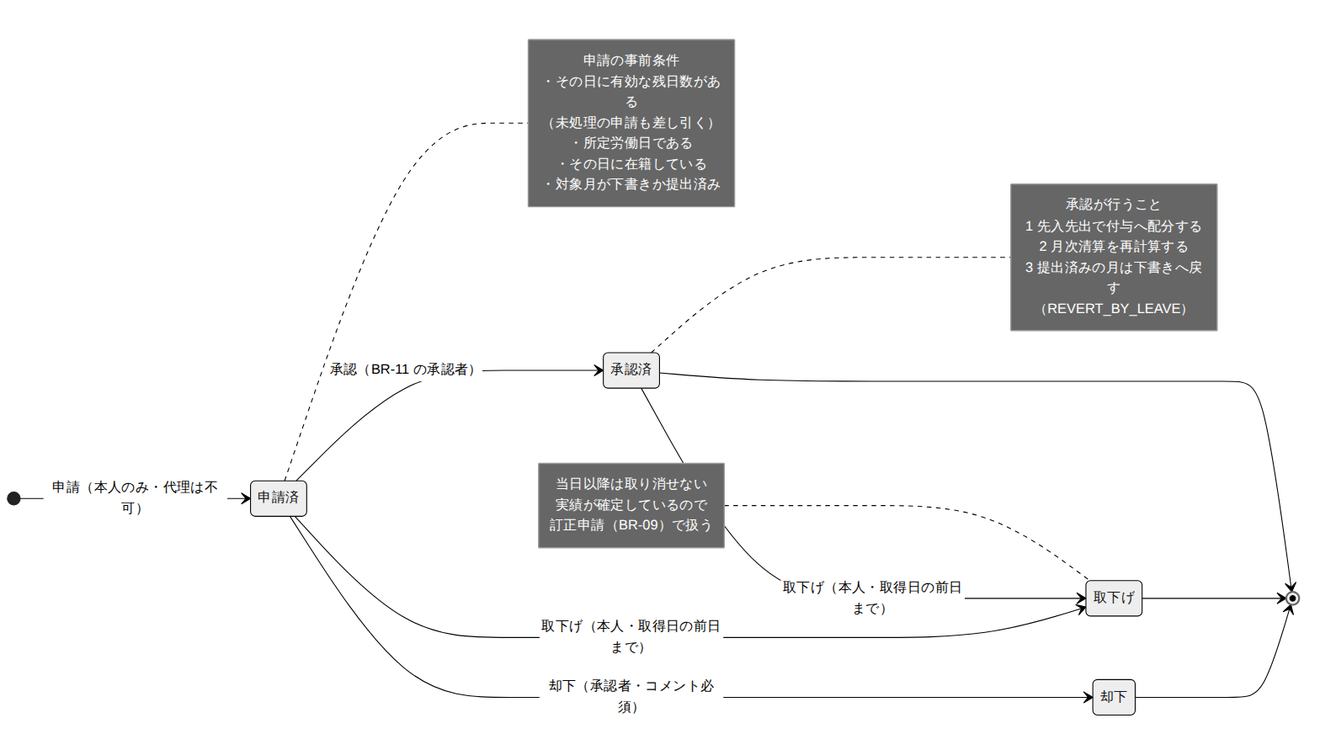
masaki-i02/newJavaProject keeps this Mermaid diagram as doc/02_詳細設計/06_年次有給休暇/images/申請の状態遷移.png. Above is the earlier version. Its source is kept beside it as doc/02_詳細設計/06_年次有給休暇/diagrams/申請の状態遷移.mmd.
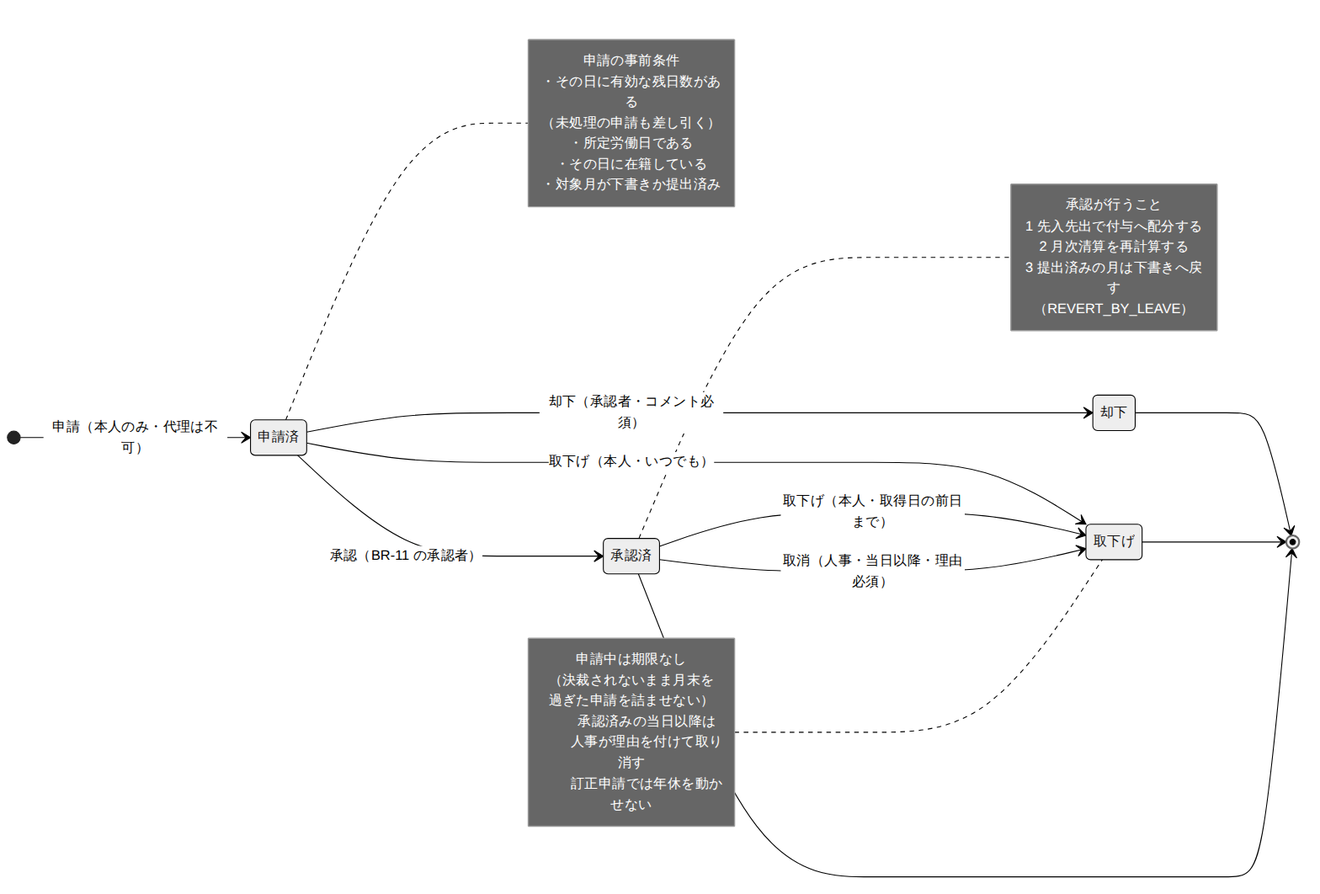
Later version of the same file.

Diff of the diagram source:
```diff
@@ -4,8 +4,9 @@
 
     申請済 --> 承認済 : 承認（BR-11 の承認者）
     申請済 --> 却下 : 却下（承認者・コメント必須）
-    申請済 --> 取下げ : 取下げ（本人・取得日の前日まで）
+    申請済 --> 取下げ : 取下げ（本人・いつでも）
     承認済 --> 取下げ : 取下げ（本人・取得日の前日まで）
+    承認済 --> 取下げ : 取消（人事・当日以降・理由必須）
 
     却下 --> [*]
     取下げ --> [*]
@@ -29,7 +30,11 @@
     end note
 
     note left of 取下げ
-        当日以降は取り消せない
-        実績が確定しているので
-        訂正申請（BR-09）で扱う
+        申請中は期限なし
+        （決裁されないまま月末を
+        過ぎた申請を詰ませない）
+
+        承認済みの当日以降は
+        人事が理由を付けて取り消す
+        訂正申請では年休を動かせない
     end note
```
